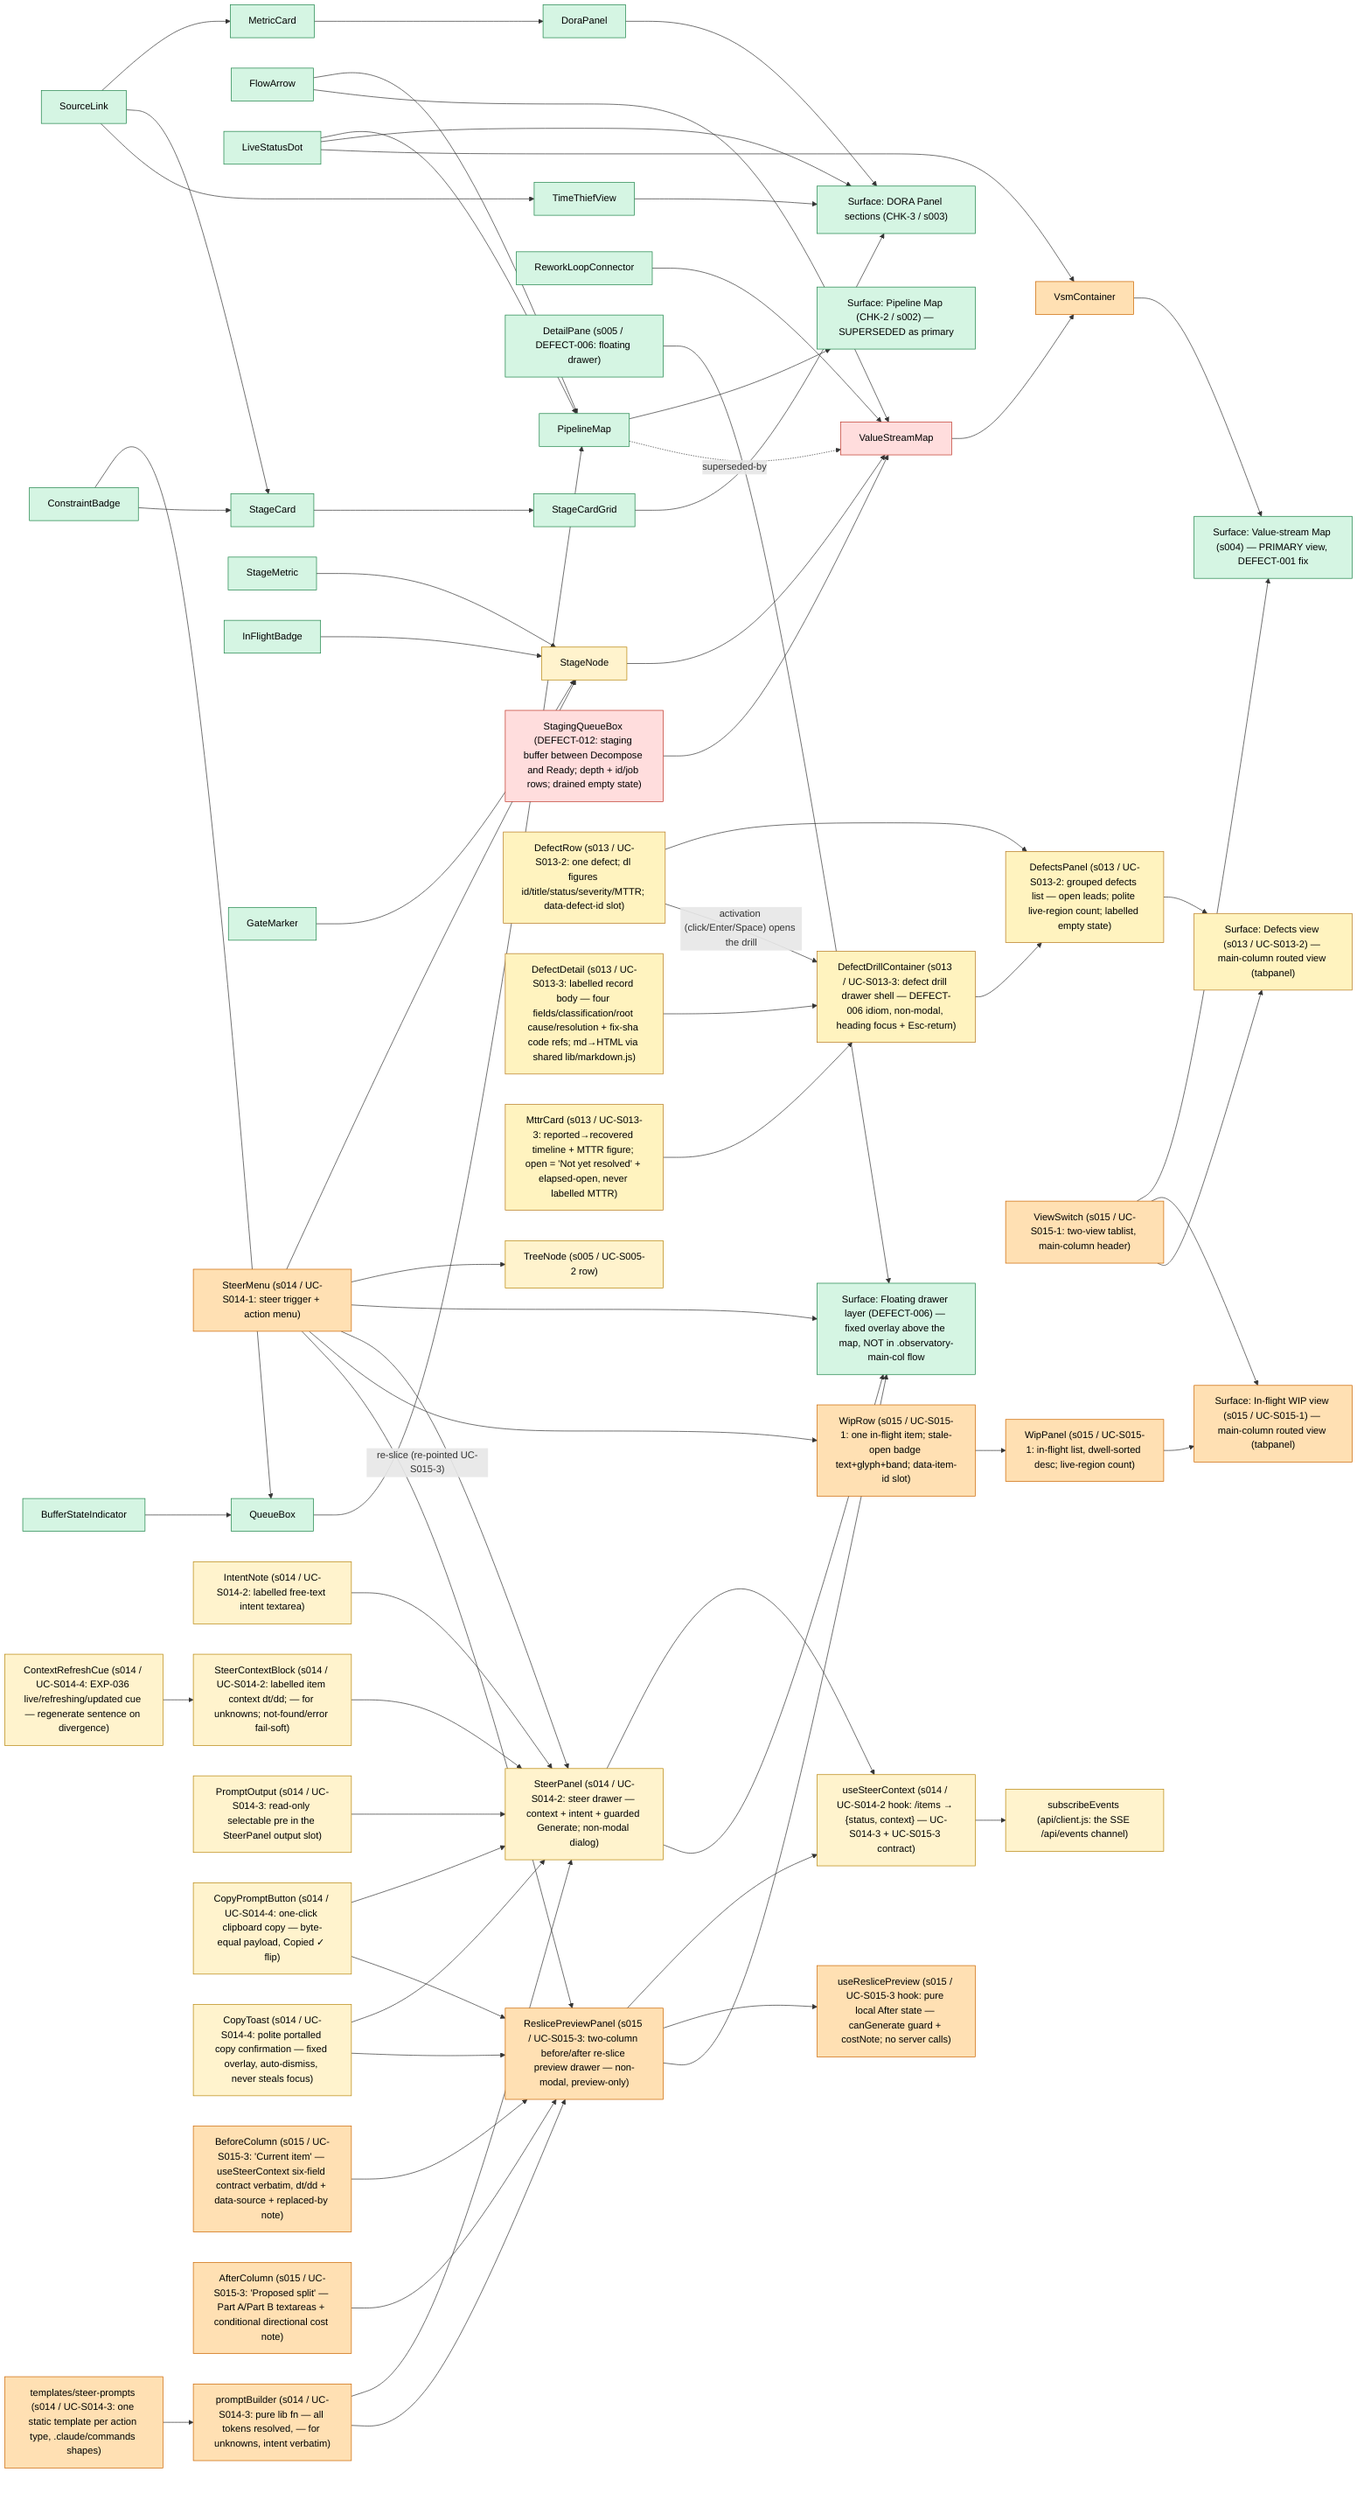
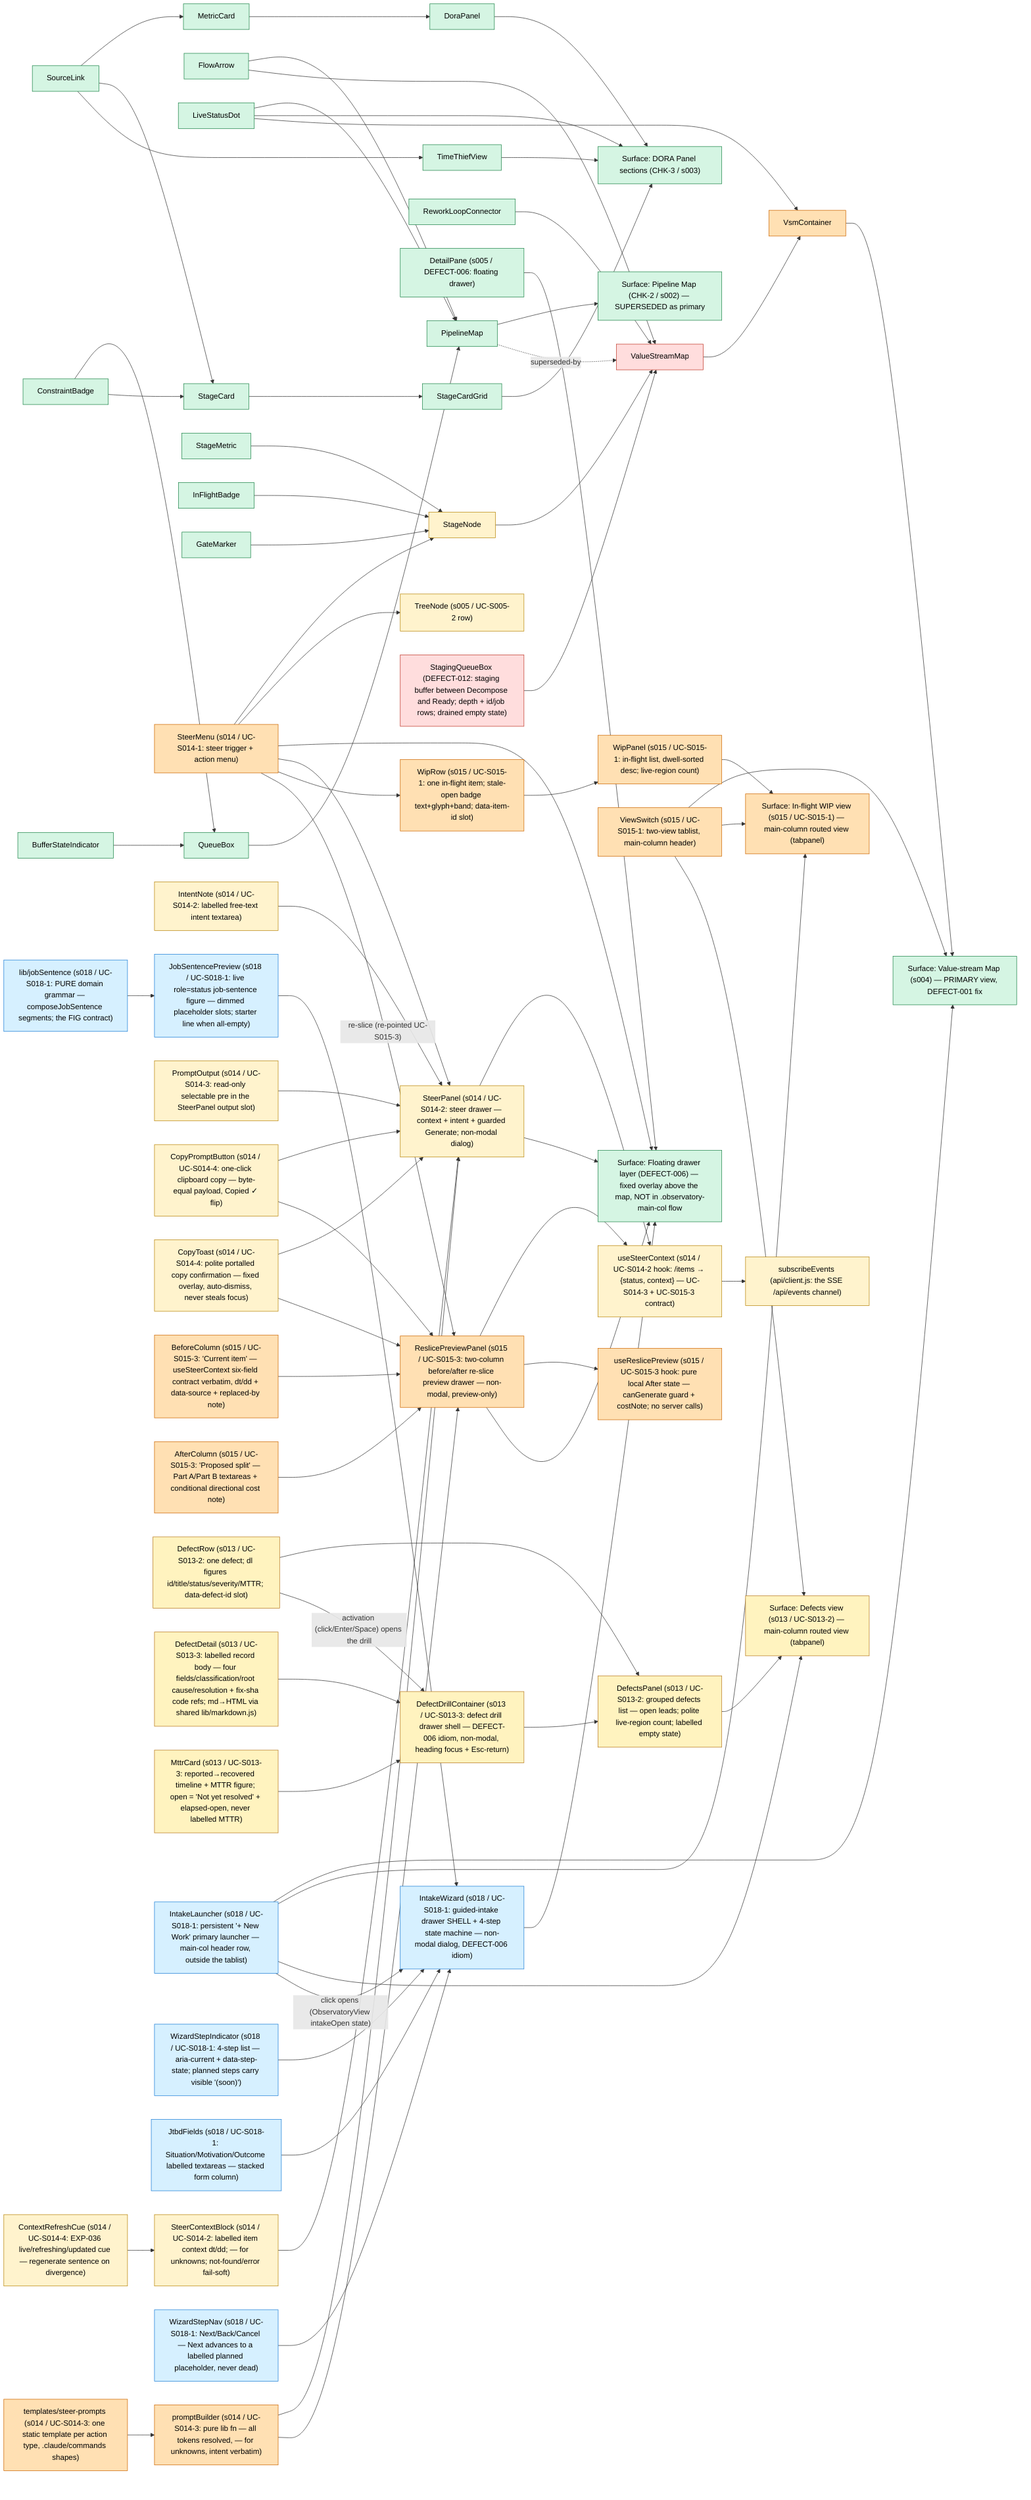
%% Observatory UI change-impact model — design-system components -> surfaces that use them.
%% Owner: ui-designer. Edges = "used by". Nodes/edges added or re-pointed in a commit
%% are marked `class ... changed` in the SAME commit; the tester consumes the marks
%% as the UI test-plan input, then they are cleared at slice delivery.
%% Seeded: s002-pipeline-map (CHK-2) — DELIVERED 2026-06-09T02:22:00Z; all nodes stable.
graph LR
  %% --- surfaces ---
  PipelineMapScreen["Surface: Pipeline Map (CHK-2 / s002) — SUPERSEDED as primary"]
  DoraPanelScreen["Surface: DORA Panel sections (CHK-3 / s003)"]
  ValueStreamScreen["Surface: Value-stream Map (s004) — PRIMARY view, DEFECT-001 fix"]
  ObservatoryDrawerLayer["Surface: Floating drawer layer (DEFECT-006) — fixed overlay above the map, NOT in .observatory-main-col flow"]

  %% --- design-system components ---
  PipelineMap["PipelineMap"]
  QueueBox["QueueBox"]
  BufferStateIndicator["BufferStateIndicator"]
  ConstraintBadge["ConstraintBadge"]
  FlowArrow["FlowArrow"]
  LiveStatusDot["LiveStatusDot"]
  DoraPanel["DoraPanel"]
  MetricCard["MetricCard"]
  StageCardGrid["StageCardGrid"]
  StageCard["StageCard"]
  TimeThiefView["TimeThiefView"]
  SourceLink["SourceLink"]
  %% s004 value-stream components (DEFECT-001 fix) — mounted as the PRIMARY view
  VsmContainer["VsmContainer"]
  ValueStreamMap["ValueStreamMap"]
  StageNode["StageNode"]
  StageMetric["StageMetric"]
  InFlightBadge["InFlightBadge"]
  GateMarker["GateMarker"]
  ReworkLoopConnector["ReworkLoopConnector"]

  %% --- used-by edges ---
  PipelineMap --> PipelineMapScreen
  QueueBox --> PipelineMap
  BufferStateIndicator --> QueueBox
  ConstraintBadge --> QueueBox
  FlowArrow --> PipelineMap
  LiveStatusDot --> PipelineMap
  %% CHK-3 (s003) used-by edges
  DoraPanel --> DoraPanelScreen
  StageCardGrid --> DoraPanelScreen
  TimeThiefView --> DoraPanelScreen
  MetricCard --> DoraPanel
  StageCard --> StageCardGrid
  ConstraintBadge --> StageCard
  SourceLink --> MetricCard
  SourceLink --> StageCard
  SourceLink --> TimeThiefView
  LiveStatusDot --> DoraPanelScreen
  %% s004 (DEFECT-001) used-by edges — the value-stream map becomes the primary surface.
  %% Runtime routing path: main.jsx mounts VsmContainer (NOT MapContainer) → ValueStreamMap.
  VsmContainer --> ValueStreamScreen
  ValueStreamMap --> VsmContainer
  StageNode --> ValueStreamMap
  StageMetric --> StageNode
  InFlightBadge --> StageNode
  GateMarker --> StageNode
  ReworkLoopConnector --> ValueStreamMap
  FlowArrow --> ValueStreamMap
  LiveStatusDot --> VsmContainer
  %% supersession: PipelineMap is no longer mounted as the primary view (still in tree, tested).
  PipelineMap -. superseded-by .-> ValueStreamMap

  %% DEFECT-006: DetailPane RE-POINTED — was an in-flow sibling of ValueStreamMap inside
  %% .observatory-main-col (reflowed the map); now a position:fixed floating drawer on its
  %% own overlay layer. The re-point is the regression-guard input for the tester (GEO-S005-3b).
  DetailPane["DetailPane (s005 / DEFECT-006: floating drawer)"]
  DetailPane --> ObservatoryDrawerLayer

  %% s014 / UC-S014-1: SteerMenu (NEW) — per-item steer trigger + body-portalled
  %% role=menu popover (4 action types). Composed READ-ONLY into the queue chips
  %% (StageNode) and the tree rows (TreeNode); onSteer(itemId, actionType) prop
  %% slot threads VsmContainer→ValueStreamMap→StageNode and WorkItemTree→TreeNode
  %% (no host logic change). The popover renders on the fixed-overlay layer
  %% (DEFECT-006 discipline) — zero flow height, own stacking context.
  %% NOTE for tester: trigger carries data-steer-item-id (NOT data-item-id — that
  %% stays the treeitem's unique selector); MetricSource reveal panels are now
  %% pointer-events:none so they cannot intercept clicks on the chips' triggers.
  TreeNode["TreeNode (s005 / UC-S005-2 row)"]
  SteerMenu["SteerMenu (s014 / UC-S014-1: steer trigger + action menu)"]
  SteerMenu --> StageNode
  SteerMenu --> TreeNode
  SteerMenu --> ObservatoryDrawerLayer

  %% s014 / UC-S014-2: SteerPanel (NEW) — the right-anchored NON-MODAL steer
  %% drawer the SteerMenu opens (DetailPane drawer IDIOM, not the component):
  %% position:fixed + portalled to document.body, z = --z-drawer + 1 (topmost
  %% over a co-open DetailPane). Regions: header → SteerContextBlock (labelled
  %% dt/dd context, data-source anchor) → IntentNote textarea → guarded
  %% "Generate prompt" (aria-disabled until ≥1 char) → UC-S014-3 output SLOT.
  %% Data: useSteerContext(itemId) fetches the EXISTING /items endpoint
  %% (READ-ONLY; no new route) → {status, context} — the contract UC-S014-3
  %% (promptBuilder) and UC-S015-3 (ReslicePreviewPanel) consume verbatim.
  %% RUNTIME ROUTING for the tester: ObservatoryView now OWNS the steer gesture
  %% — onSteer threads ObservatoryView→WorkItemTreeContainer→WorkItemTree→
  %% TreeNode→SteerMenu AND ObservatoryView→VsmContainer→ValueStreamMap→
  %% StageNode→SteerMenu (UC-S014-1's stub destination is now real); selection
  %% mounts SteerPanelContainer as a layout sibling (body-portalled overlay).
  %% Esc/×/Cancel close → focus RETURNS to the opening steer trigger.
  SteerPanel["SteerPanel (s014 / UC-S014-2: steer drawer — context + intent + guarded Generate; non-modal dialog)"]
  SteerContextBlock["SteerContextBlock (s014 / UC-S014-2: labelled item context dt/dd; — for unknowns; not-found/error fail-soft)"]
  IntentNote["IntentNote (s014 / UC-S014-2: labelled free-text intent textarea)"]
  UseSteerContext["useSteerContext (s014 / UC-S014-2 hook: /items → {status, context} — UC-S014-3 + UC-S015-3 contract)"]
  SteerMenu --> SteerPanel
  SteerPanel --> UseSteerContext
  SteerContextBlock --> SteerPanel
  IntentNote --> SteerPanel
  SteerPanel --> ObservatoryDrawerLayer

  %% s014 / UC-S014-3 THIS commit: promptBuilder (NEW) — PURE lib fn (steer
  %% action type + SteerContext + intent note → filled slash-command prompt;
  %% client-side only, NO server call on Generate). Templates are STATIC
  %% strings, one per action type, shapes matching the committed
  %% .claude/commands (/defect's four REAL fields expected/actual/intent/
  %% importance; /intake priority update; /slice-next re-slice; freeform
  %% custom). RUNTIME ROUTING for the tester: SteerPanelContainer (NOT
  %% ObservatoryView — untouched this UC) owns generation — panel onGenerate →
  %% buildPrompt → `prompt` prop → PromptOutput <pre> rendered INSIDE the
  %% UC-S014-2 reserved slot (prompt-output-slot). Output is SELECTABLE text
  %% (user-select: text); prompt carries item id WITH job sentence + operator
  %% intent VERBATIM, never raw row refs (no sourceRef path / row:N). Copy
  %% button/toast + SSE refresh are UC-S014-4 — pinned ABSENT by
  %% SteerPanelPrompt.test.jsx.
  PromptBuilder["promptBuilder (s014 / UC-S014-3: pure lib fn — all tokens resolved, — for unknowns, intent verbatim)"]
  SteerPromptTemplates["templates/steer-prompts (s014 / UC-S014-3: one static template per action type, .claude/commands shapes)"]
  PromptOutput["PromptOutput (s014 / UC-S014-3: read-only selectable pre in the SteerPanel output slot)"]
  PromptBuilder --> SteerPanel
  SteerPromptTemplates --> PromptBuilder
  PromptOutput --> SteerPanel

  %% s014 / UC-S014-4 THIS commit (part 1 — SSE seam): useSteerContext gains a
  %% DEBOUNCED subscribeEvents → in-place refresh (the useWipItems idiom): a
  %% relevant items.csv change frame re-fetches the context WITHOUT a loading
  %% reset (old context stays displayed; additive `refreshing` flag exposed for
  %% the ContextRefreshCue). Fail-soft without EventSource (jsdom → static).
  %% RUNTIME ROUTING for the tester: the refresh updates the CONTEXT BLOCK ONLY
  %% — prompt state lives in SteerPanelContainer and mutates exclusively on an
  %% explicit Generate press (PROMPT-FREEZE-1).
  SubscribeEvents["subscribeEvents (api/client.js: the SSE /api/events channel)"]
  UseSteerContext --> SubscribeEvents

  %% s014 / UC-S014-4 THIS commit (part 2 — copy + toast + cue; slice FINAL UC):
  %% CopyPromptButton (NEW) — one-click clipboard handoff INSIDE
  %% prompt-output-slot, AFTER the <pre> (tab order prompt → copy); copies the
  %% prompt prop BYTE-EQUAL to the displayed <pre> (PROMPT-COPY-1); label
  %% "Copy prompt" → "Copied ✓" (accessible name matches /copy/i in BOTH
  %% states); failed write shows NO success cue. CopyToast (NEW) — polite
  %% status region (role=status aria-live=polite), portalled to document.body
  %% + position:fixed (zero flow height — GEO-S014-4-1), auto-dismisses after
  %% --dur-toast (ONE new token), never takes focus. ContextRefreshCue (NEW) —
  %% the EXP-036 stale/live cue (LiveStatusDot idiom) on the context block:
  %% live/refreshing/updated; `updated` = "Context updated — regenerate to
  %% refresh the prompt" (the PROMPT-FREEZE-1 divergence signal; cue state is
  %% derived in SteerPanelContainer from `refreshing` + a context snapshot
  %% taken at the last Generate). RUNTIME ROUTING for the tester: SSE frame →
  %% useSteerContext refresh → context block re-renders IN PLACE; prompt state
  %% (SteerPanelContainer) is untouched — only an explicit Generate press
  %% rebuilds it. UC-S014-3's copy/toast ABSENT pins are FLIPPED in this
  %% commit (pin-flip ledger, ui-design.md UC-S014-4).
  CopyPromptButton["CopyPromptButton (s014 / UC-S014-4: one-click clipboard copy — byte-equal payload, Copied ✓ flip)"]
  CopyToast["CopyToast (s014 / UC-S014-4: polite portalled copy confirmation — fixed overlay, auto-dismiss, never steals focus)"]
  ContextRefreshCue["ContextRefreshCue (s014 / UC-S014-4: EXP-036 live/refreshing/updated cue — regenerate sentence on divergence)"]
  CopyPromptButton --> SteerPanel
  CopyToast --> SteerPanel
  ContextRefreshCue --> SteerContextBlock

  %% s015 / UC-S015-1: WIP navigation panel — ROUTED VIEW (EXP-016). ObservatoryView's
  %% main column gains a ViewSwitch tablist ("Pipeline" | "In-flight WIP") that swaps
  %% the column content between VsmContainer (default) and WipPanel. The two surfaces
  %% NEVER co-exist (inactive tabpanel is hidden AND empty → genuinely unmounted), so
  %% there is no overlay-reflow failure mode by construction (GEO-S015-1).
  %% RUNTIME ROUTING CHANGE for the tester: VsmContainer is now mounted CONDITIONALLY
  %% inside the pipeline tabpanel (was: unconditionally in .observatory-main-col) —
  %% GEO-S015-1 pins that switch-away-and-back restores a byte-identical VSM bbox.
  %% WipRow carries data-item-id — the composition slot UC-S015-2's SteerMenu reads.
  WipViewScreen["Surface: In-flight WIP view (s015 / UC-S015-1) — main-column routed view (tabpanel)"]
  ViewSwitch["ViewSwitch (s015 / UC-S015-1: two-view tablist, main-column header)"]
  WipPanel["WipPanel (s015 / UC-S015-1: in-flight list, dwell-sorted desc; live-region count)"]
  WipRow["WipRow (s015 / UC-S015-1: one in-flight item; stale-open badge text+glyph+band; data-item-id slot)"]
  ViewSwitch --> ValueStreamScreen
  ViewSwitch --> WipViewScreen
  WipPanel --> WipViewScreen
  WipRow --> WipPanel

  %% s015 / UC-S015-2 THIS commit: SteerMenu composed READ-ONLY into WipRow as the
  %% trailing row element (the TreeNode/StageNode idiom; trigger rides
  %% data-steer-item-id, the row keeps data-item-id unique). RUNTIME ROUTING for
  %% the tester: onSteer threads ObservatoryView→WipPanelContainer→WipPanel→
  %% WipRow→SteerMenu; ALL FOUR actions (incl. re-slice — explicit no-dead-end,
  %% interim until UC-S015-3 re-points that one branch) open the EXISTING
  %% SteerPanel with the item pre-loaded; close returns focus to the WIP-row trigger.
  SteerMenu --> WipRow

  %% s015 / UC-S015-3 THIS commit: ReslicePreviewPanel (NEW) — the two-column
  %% before/after re-slice preview drawer. SIBLING of SteerPanel in the SAME
  %% drawer family (steer-panel.css idiom REUSED: fixed + body-portalled +
  %% z-drawer+1, non-modal, focus move/return, Esc/×/Cancel) — style reuse,
  %% NOT component composition. Regions: h2 header → TWO-COLUMN body
  %% (BeforeColumn "Current item" = the useSteerContext six-field contract
  %% rendered VERBATIM, dt/dd + data-source | AfterColumn "Proposed split" =
  %% part-a-job/part-b-job textareas + directional cost note ONLY when both
  %% parts non-empty) → intent textarea → guarded "Looks right — generate
  %% prompt" (aria-disabled until ALL THREE fields non-empty) → reserved
  %% prompt-output-slot pinned EMPTY (prompt rendering is UC-S015-4).
  %% useReslicePreview (NEW hook) — PURE LOCAL After-state (no server calls).
  %% RUNTIME ROUTING CHANGE for the tester (RESLICE-DISPATCH-1): the
  %% ObservatoryView steer dispatch is RE-POINTED for ONE action —
  %% actionType==='re-slice' now mounts ReslicePreviewPanelContainer; the
  %% other three actions still mount SteerPanelContainer. Holds from EVERY
  %% SteerMenu origin (WIP row, tree row, VSM chip) — per-action, not
  %% per-origin. PREVIEW-ONLY: writes nothing; Generate's only output is the
  %% onGenerate({itemId, context, partAJob, partBJob, intentNote}) seam —
  %% UC-S015-4's verbatim input contract.
  ReslicePreviewPanel["ReslicePreviewPanel (s015 / UC-S015-3: two-column before/after re-slice preview drawer — non-modal, preview-only)"]
  BeforeColumn["BeforeColumn (s015 / UC-S015-3: 'Current item' — useSteerContext six-field contract verbatim, dt/dd + data-source + replaced-by note)"]
  AfterColumn["AfterColumn (s015 / UC-S015-3: 'Proposed split' — Part A/Part B textareas + conditional directional cost note)"]
  UseReslicePreview["useReslicePreview (s015 / UC-S015-3 hook: pure local After state — canGenerate guard + costNote; no server calls)"]
  BeforeColumn --> ReslicePreviewPanel
  AfterColumn --> ReslicePreviewPanel
  ReslicePreviewPanel --> UseSteerContext
  ReslicePreviewPanel --> UseReslicePreview
  ReslicePreviewPanel --> ObservatoryDrawerLayer
  %% the RE-POINTED dispatch edge: SteerMenu's re-slice action now lands here
  %% (the other three actions keep their SteerMenu --> SteerPanel adjacency).
  SteerMenu -- "re-slice (re-pointed UC-S015-3)" --> ReslicePreviewPanel

  %% s015 / UC-S015-4 THIS commit: the reserved prompt-output-slot is no longer
  %% pinned EMPTY — ReslicePreviewPanelContainer now OWNS prompt generation:
  %% on Generate it calls the ENRICHED buildPrompt('re-slice', context,
  %% intentNote, {partAJob, partBJob}) (PromptBuilder gained the optional 4th
  %% arg; templates/steer-prompts/re-slice.js gained the named
  %% RESLICE_SPLIT_TEMPLATE with {{part_a_job}}/{{part_b_job}} — the plain
  %% default export is byte-identical to s014, all 3-arg call sites unchanged)
  %% and renders the result into the slot via the s014 PromptOutput idiom
  %% (mono/40vh/selectable <pre>) with the DELIVERED CopyPromptButton +
  %% CopyToast REUSED (byte-equal clipboard, polite toast — not forked).
  %% PROMPT-FREEZE-1 inherited: prompt state lives in the container and
  %% mutates ONLY on an explicit Generate; SSE context refresh re-renders the
  %% Before column, never the prompt. NOTE for tester: the UC-S015-3 e2e pin
  %% "slot stays EMPTY after Generate" is FLIPPED (traceably, in
  %% reslice-preview.spec.js); content/GEO/copy pins live in
  %% e2e/reslice-prompt.spec.js + the REUSE_SERVER=1 real-data probe
  %% e2e/reslice-prompt-real-data.spec.js.
  PromptBuilder --> ReslicePreviewPanel
  CopyPromptButton --> ReslicePreviewPanel
  CopyToast --> ReslicePreviewPanel

  %% DEFECT-012: StagingQueueBox (NEW) — the staging buffer ("decomposed,
  %% awaiting triage") rendered INSIDE ValueStreamMap's queue lane BETWEEN the
  %% Decompose and Ready stage nodes, wrapped with two MiniArrows in the
  %% .staging-handoff flex item (replaces the old decompose→ready FlowArrow).
  %% Data: VsmContainer loads GET /queues/staging (getStagingQueue) and passes
  %% the {queue,depth,rows} envelope down; re-fetches on a staging.csv SSE frame.
  %% NOTE for tester: box is NOT focusable (A11Y-3 tab walk unchanged); testid
  %% staging-buffer (NOT stage-*); depth 0 renders an explicit drained state.
  StagingQueueBox["StagingQueueBox (DEFECT-012: staging buffer between Decompose and Ready; depth + id/job rows; drained empty state)"]
  StagingQueueBox --> ValueStreamMap

  %% s013 / UC-S013-2: Defects view — THIRD ROUTED VIEW in the main column.
  %% ViewSwitch (s015, EXTENDED — no fork: the TABS table grew to three; the
  %% active/onSelect contract is unchanged) now fans out to THREE view screens.
  %% DefectsPanel lists the /defects records grouped CONFIRMED-first then CLOSED
  %% (grouping/sort in useDefects — the panel is pure render); same hidden-AND-
  %% empty tabpanel discipline as the WIP view (GEO-S013-2-1: lossless switch).
  %% NOTE for tester: DefectRow carries data-defect-id (NOT data-item-id — that
  %% stays the tree/WIP unique contract) — the slot UC-S013-3's drill composes
  %% against. Open row cue = "OPEN" text + ⚠ glyph + --c-state-over band (never
  %% colour alone); ledger-only null severity renders "—"; open MTTR renders
  %% "open", never "0". Heading focus is a LAYOUT effect (sha 0c2b49c idiom —
  %% deterministic on mount, never racing a re-render).
  DefectsViewScreen["Surface: Defects view (s013 / UC-S013-2) — main-column routed view (tabpanel)"]
  DefectsPanel["DefectsPanel (s013 / UC-S013-2: grouped defects list — open leads; polite live-region count; labelled empty state)"]
  DefectRow["DefectRow (s013 / UC-S013-2: one defect; dl figures id/title/status/severity/MTTR; data-defect-id slot)"]
  ViewSwitch --> DefectsViewScreen
  DefectsPanel --> DefectsViewScreen
  DefectRow --> DefectsPanel

  %% s013 / UC-S013-3: defect drill-down + MTTR card. DefectDrillContainer is
  %% the THIRD consumer of the DEFECT-006 floating-drawer IDIOM (after
  %% DetailPane + SteerPanel) — position:fixed, body-portalled, drawer tokens,
  %% NON-modal; DetailPane.jsx itself NOT edited (item-coupled, read-only reuse
  %% slot shared with UC-S005-3). The drill is a PURE PROJECTION of the raw
  %% record the list hook already holds (record rides the DefectVM — no extra
  %% fetch, no server change). DefectDetail renders the seven md-bearing fields
  %% through the SHARED lib/markdown.js transform (mdToHtml FACTORED OUT of
  %% ArtifactView this commit — one markdown path in the codebase). MttrCard
  %% owns the duration humanisation (reuses formatMttr from useDefects);
  %% open state = "Not yet resolved" + elapsed figure NEVER labelled "MTTR".
  %% NOTE for tester: row trigger data-testid=defect-row-trigger (role=button,
  %% Enter+Space); data-defect-id continuity row → drawer; Esc/× returns focus
  %% to the originating row; GEO-S013-3-1 pure-overlay invariant.
  DefectDrillContainer["DefectDrillContainer (s013 / UC-S013-3: defect drill drawer shell — DEFECT-006 idiom, non-modal, heading focus + Esc-return)"]
  DefectDetail["DefectDetail (s013 / UC-S013-3: labelled record body — four fields/classification/root cause/resolution + fix-sha code refs; md→HTML via shared lib/markdown.js)"]
  MttrCard["MttrCard (s013 / UC-S013-3: reported→recovered timeline + MTTR figure; open = 'Not yet resolved' + elapsed-open, never labelled MTTR)"]
  DefectDetail --> DefectDrillContainer
  MttrCard --> DefectDrillContainer
  DefectRow -->|"activation (click/Enter/Space) opens the drill"| DefectDrillContainer
  DefectDrillContainer --> DefectsPanel
+ 
+   %% s018 / UC-S018-1 THIS commit: guided cost-of-delay intake — wizard SHELL +
+   %% JTBD step 1. IntakeLauncher (NEW) is a persistent primary button in the
+   %% .observatory-main-col header ROW beside the ViewSwitch tablist (OUTSIDE
+   %% role=tablist; the tablist keeps its pre-s018 left-anchored bbox — the
+   %% launcher rides margin-left:auto on the RIGHT, a deliberate GEO-S018-1-3
+   %% resolution of the ui-design left/right freedom). Persistent across ALL
+   %% THREE routed views (it lives in the header, not a tabpanel). IntakeWizard
+   %% (NEW) is the FIFTH consumer of the DEFECT-006 drawer idiom (css idiom
+   %% reuse, NOT component composition): body-portalled fixed NON-modal dialog,
+   %% z-drawer+1, --wizard-width (the ONE new token). It OWNS the 4-step state
+   %% machine (the UC-S018-2/3/4 mount seam); step 1 built (JtbdFields three
+   %% labelled textareas + JobSentencePreview role=status live figure fed by
+   %% the PURE lib/jobSentence.js grammar — never "undefined"; all-empty →
+   %% starter line); steps 2-4 planned-not-dead (Next → labelled
+   %% wizard-step-placeholder, Back preserves the draft). NO-WRITE: step 1
+   %% issues ZERO network calls of any kind (first read lands in UC-S018-3).
+   %% RUNTIME ROUTING for the tester: ObservatoryView delta is MINIMAL — one
+   %% intakeOpen useState + a header row wrapping [ViewSwitch][IntakeLauncher] +
+   %% one conditional IntakeWizard drawer sibling; the view union / TABS /
+   %% tabpanels are UNTOUCHED (pinned by ObservatoryViewIntake.test.jsx).
+   %% Esc/×/Cancel close → focus returns to the launcher; heading focus on open.
+   IntakeLauncher["IntakeLauncher (s018 / UC-S018-1: persistent '+ New Work' primary launcher — main-col header row, outside the tablist)"]
+   IntakeWizard["IntakeWizard (s018 / UC-S018-1: guided-intake drawer SHELL + 4-step state machine — non-modal dialog, DEFECT-006 idiom)"]
+   WizardStepIndicator["WizardStepIndicator (s018 / UC-S018-1: 4-step list — aria-current + data-step-state; planned steps carry visible '(soon)')"]
+   JtbdFields["JtbdFields (s018 / UC-S018-1: Situation/Motivation/Outcome labelled textareas — stacked form column)"]
+   JobSentencePreview["JobSentencePreview (s018 / UC-S018-1: live role=status job-sentence figure — dimmed placeholder slots; starter line when all-empty)"]
+   WizardStepNav["WizardStepNav (s018 / UC-S018-1: Next/Back/Cancel — Next advances to a labelled planned placeholder, never dead)"]
+   JobSentenceLib["lib/jobSentence (s018 / UC-S018-1: PURE domain grammar — composeJobSentence segments; the FIG contract)"]
+   IntakeLauncher --> ValueStreamScreen
+   IntakeLauncher --> WipViewScreen
+   IntakeLauncher --> DefectsViewScreen
+   IntakeLauncher -- "click opens (ObservatoryView intakeOpen state)" --> IntakeWizard
+   IntakeWizard --> ObservatoryDrawerLayer
+   WizardStepIndicator --> IntakeWizard
+   JtbdFields --> IntakeWizard
+   JobSentencePreview --> IntakeWizard
+   WizardStepNav --> IntakeWizard
+   JobSentenceLib --> JobSentencePreview

  classDef delivered fill:#d5f5e3,stroke:#1e8449,color:#000;
  %% CHK-3 (s003) DROPPED — scope absorbed into CHK-2 restated done-condition (s004 delivered).
  %% s004 DELIVERED 2026-06-10T11:00:00Z — CHK-2 done-condition MET.
  %% DEFECT-006 FIXED — DetailPane floating-drawer re-point delivered as part of s005 (CHK-4 done 2026-06-10T19:00:00Z).
  %% All of the above: s003-changed, s004changed, defect006changed marks cleared at their delivery.
  %% (ValueStreamMap moved to def012changed below — DEFECT-012 queue-lane re-route.)
  class PipelineMapScreen,PipelineMap,QueueBox,BufferStateIndicator,ConstraintBadge,FlowArrow,LiveStatusDot,DoraPanelScreen,DoraPanel,MetricCard,StageCardGrid,StageCard,TimeThiefView,SourceLink,ValueStreamScreen,VsmContainer,StageMetric,InFlightBadge,GateMarker,ReworkLoopConnector,DetailPane,ObservatoryDrawerLayer delivered;
  %% s014 still in-flight: UC-S014-1+2 done but UC-S014-3/4 planned; SteerMenu+StageNode+TreeNode
  %% remain in blast radius for the remaining s014 UCs (prompt builder, clipboard/SSE).
  %% UC-S014-2 THIS commit: SteerPanel/SteerContextBlock/IntentNote/useSteerContext added;
  %% SteerMenu→SteerPanel edge made real (onSteer now opens the panel — ObservatoryView +
  %% WorkItemTreeContainer carry the pass-through). Tester UI test-plan input.
  %% Convention: s014changed cleared only at full s014 slice delivery after tester final sign-off.
  classDef s014changed fill:#fff3cd,stroke:#b8860b,color:#000;
  %% UC-S014-3 THIS commit: PromptBuilder/SteerPromptTemplates/PromptOutput added;
  %% SteerPanel + its container gained the prompt prop + generation wiring
  %% (ObservatoryView untouched). Tester UI test-plan input.
  %% UC-S014-4 part 1: SubscribeEvents node + UseSteerContext --> SubscribeEvents
  %% edge added (debounced SSE in-place refresh). Part 2: CopyPromptButton/
  %% CopyToast/ContextRefreshCue added (copy handoff + EXP-036 cue); SteerPanel
  %% gained toast state + refreshCue prop; SteerPanelContainer gained the
  %% PROMPT-FREEZE-1 snapshot + cue derivation. Tester UI test-plan input.
  %% UC-S015-4: PromptBuilder + SteerPromptTemplates MOVED to s015changed below
  %% (s014 delivered 2026-06-12T15:33Z; the re-slice template/builder extension
  %% is s015's change — tester test-plan input for THIS slice).
  class SteerMenu,TreeNode,StageNode,SteerPanel,SteerContextBlock,IntentNote,UseSteerContext,PromptOutput,SubscribeEvents,CopyPromptButton,CopyToast,ContextRefreshCue s014changed;
  %% s015 / UC-S015-1 nodes added + VsmContainer re-pointed (conditional
  %% mount inside the pipeline tabpanel); UC-S015-2 adds the SteerMenu --> WipRow
  %% edge (trailing steer composition; SteerMenu joins the s015 blast radius —
  %% it keeps its s014changed mark, s014 still in flight, but the WipRow hosting
  %% edge is s015's). Tester UI test-plan input; cleared at s015 delivery after
  %% the tester consumes.
  classDef s015changed fill:#ffe0b3,stroke:#cc6600,color:#000;
  class WipViewScreen,ViewSwitch,WipPanel,WipRow,VsmContainer,SteerMenu s015changed;
  %% DEFECT-012 — StagingQueueBox added + ValueStreamMap queue lane re-routed
  %% (decompose→staging→ready connectors); cleared at delivery after the tester consumes.
  classDef def012changed fill:#fdd,stroke:#c0392b,color:#000;
  class StagingQueueBox,ValueStreamMap def012changed;
  %% s013 / UC-S013-2 — DefectsViewScreen/DefectsPanel/DefectRow added THIS commit;
  %% ViewSwitch EXTENDED to three tabs in the same commit (it keeps its s015changed
  %% mark — s015 is still in flight — but it IS in the s013 blast radius too: the
  %% ViewSwitch --> DefectsViewScreen edge above is s013's). Tester UI test-plan
  %% input; cleared at s013 delivery after the tester consumes.
  classDef s013changed fill:#fff3bf,stroke:#b7791f,color:#000;
  %% UC-S013-3 THIS commit — DefectDrillContainer/DefectDetail/MttrCard added;
  %% DefectRow activation edge wired (the reserved drill slot). Tester UI
  %% test-plan input; cleared at s013 delivery after the tester consumes.
  class DefectsViewScreen,DefectsPanel,DefectRow,DefectDrillContainer,DefectDetail,MttrCard s013changed;
  %% s015 / UC-S015-3 THIS commit — ReslicePreviewPanel/BeforeColumn/AfterColumn/
  %% UseReslicePreview added; the ObservatoryView re-slice dispatch branch
  %% RE-POINTED to ReslicePreviewPanel (SteerMenu -- re-slice --> ReslicePreviewPanel;
  %% the other three actions keep SteerMenu --> SteerPanel). UseSteerContext is in
  %% the UC-S015-3 blast radius too (Before-column reuse; it keeps its s014changed
  %% mark — s014 still in flight). Tester UI test-plan input; cleared at s015
  %% delivery after the tester consumes. (Separate class statement so parallel
  %% UC commits do not collide on one line.)
  class ReslicePreviewPanel,BeforeColumn,AfterColumn,UseReslicePreview s015changed;
  %% s015 / UC-S015-4 THIS commit — PromptBuilder EXTENDED (optional 4th arg
  %% {partAJob,partBJob}; re-slice picks the enriched template when a part is
  %% non-empty) + SteerPromptTemplates EXTENDED (named RESLICE_SPLIT_TEMPLATE;
  %% default export byte-identical to s014). Both MOVED out of s014changed
  %% (s014 delivered) into the s015 blast radius. ReslicePreviewPanel gained
  %% the prompt prop + slot rendering + copy/toast wiring; its container owns
  %% generation + PROMPT-FREEZE. New edges: PromptBuilder/CopyPromptButton/
  %% CopyToast --> ReslicePreviewPanel. Tester UI test-plan input; cleared at
  %% s015 delivery after the tester consumes. (Separate class statement so
  %% parallel UC commits do not collide on one line.)
  class PromptBuilder,SteerPromptTemplates s015changed;
+   %% s018 / UC-S018-1 THIS commit — IntakeLauncher/IntakeWizard/
+   %% WizardStepIndicator/JtbdFields/JobSentencePreview/WizardStepNav/
+   %% JobSentenceLib added (see the s018 block above for the runtime routing).
+   %% Tester UI test-plan input; cleared at s018 delivery after the tester
+   %% consumes. (Separate class statement — parallel UC commits do not collide.)
+   classDef s018changed fill:#d6f0ff,stroke:#1c7ed6,color:#000;
+   class IntakeLauncher,IntakeWizard,WizardStepIndicator,JtbdFields,JobSentencePreview,WizardStepNav,JobSentenceLib s018changed;
